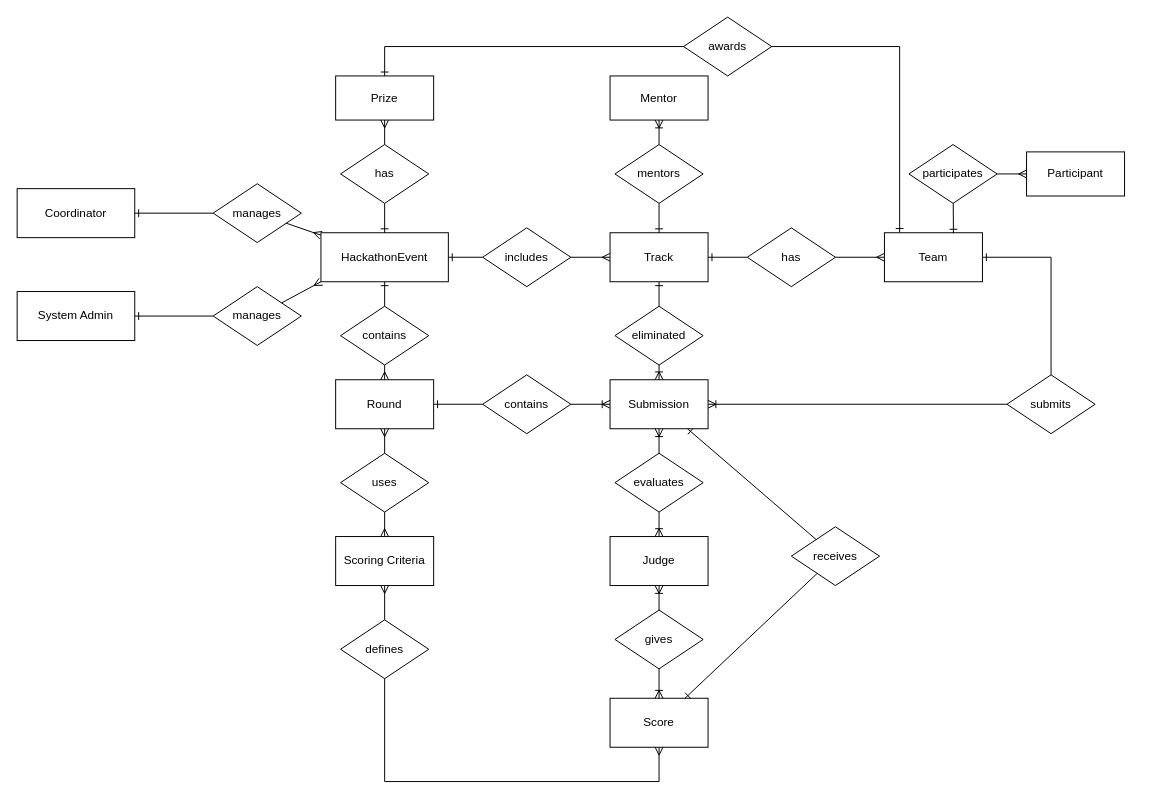
Before: docs/srs-materials/draw io files/SEAL_Conceptual_Model.drawio in nhatnhm1405/seal-hackathon-system, a draw.io diagram. Source tidied: cells renumbered, new cells numbered last; positions are measured from the earlier drawing's top-left corner, leaving out a move shared by most shapes. Both pictures are drawn from the tidied source at 98%, with x=0, y=0 at pixel (17, 17).
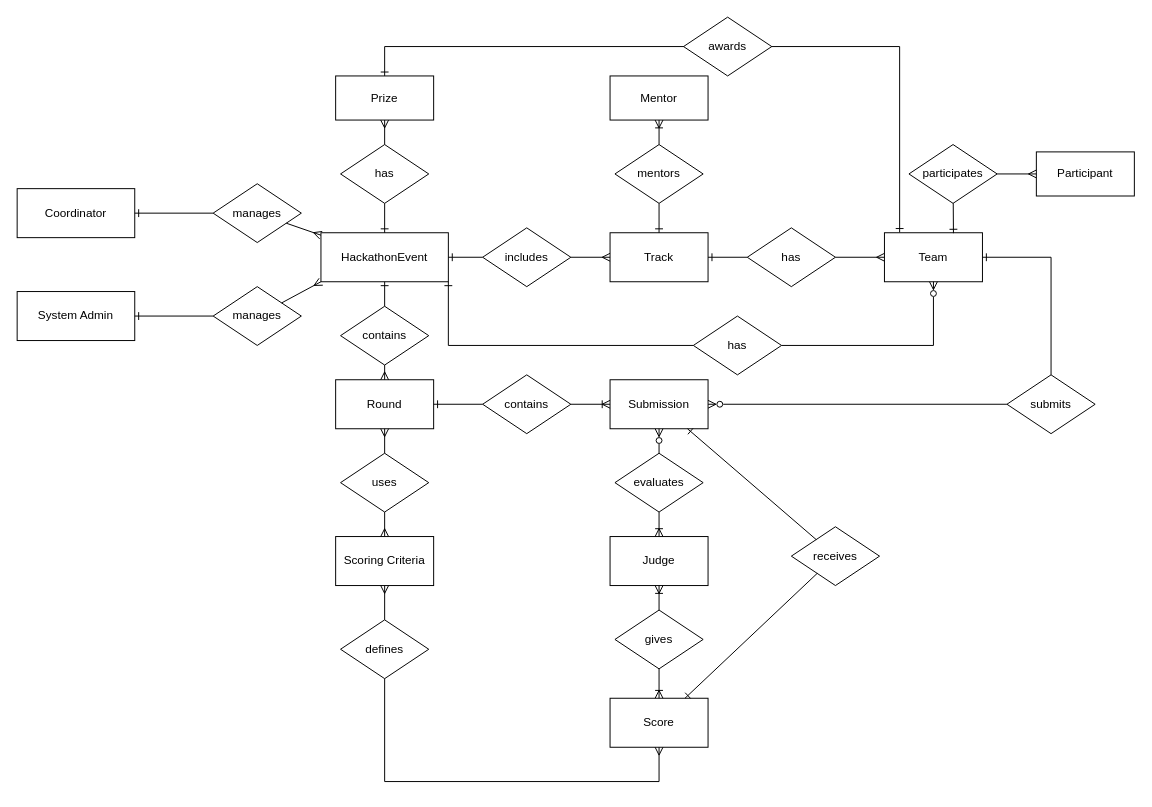
The same diagram, later.

Commit message:
docs(model): update conceptual domain model

Unchanged cells that the change refers to:
```xml
<mxCell id="3" value="HackathonEvent" style="whiteSpace=wrap;html=1;align=center;verticalAlign=middle;rounded=0;strokeColor=#000000;fillColor=#ffffff;fontSize=12;" parent="1" vertex="1">
  <mxGeometry x="310" y="220" width="130" height="50" as="geometry" />
</mxCell>
<mxCell id="9" value="Track" style="whiteSpace=wrap;html=1;align=center;verticalAlign=middle;rounded=0;strokeColor=#000000;fillColor=#ffffff;fontSize=12;" parent="1" vertex="1">
  <mxGeometry x="605" y="220" width="100" height="50" as="geometry" />
</mxCell>
<mxCell id="10" value="Submission" style="whiteSpace=wrap;html=1;align=center;verticalAlign=middle;rounded=0;strokeColor=#000000;fillColor=#ffffff;fontSize=12;" parent="1" vertex="1">
  <mxGeometry x="605" y="370" width="100" height="50" as="geometry" />
</mxCell>
<mxCell id="14" value="Team" style="whiteSpace=wrap;html=1;align=center;verticalAlign=middle;rounded=0;strokeColor=#000000;fillColor=#ffffff;fontSize=12;" parent="1" vertex="1">
  <mxGeometry x="885" y="220" width="100" height="50" as="geometry" />
</mxCell>
<mxCell id="26" value="submits" style="shape=rhombus;perimeter=rhombusPerimeter;whiteSpace=wrap;html=1;align=center;verticalAlign=middle;strokeColor=#000000;fillColor=#ffffff;fontSize=12;" parent="1" vertex="1">
  <mxGeometry x="1010" y="365" width="90" height="60" as="geometry" />
</mxCell>
<mxCell id="27" value="evaluates" style="shape=rhombus;perimeter=rhombusPerimeter;whiteSpace=wrap;html=1;align=center;verticalAlign=middle;strokeColor=#000000;fillColor=#ffffff;fontSize=12;" parent="1" vertex="1">
  <mxGeometry x="610" y="445" width="90" height="60" as="geometry" />
</mxCell>
```

Diff of the diagram source:
```diff
@@
     <mxCell id="13" value="Participant" style="whiteSpace=wrap;html=1;align=center;verticalAlign=middle;rounded=0;strokeColor=#000000;fillColor=#ffffff;fontSize=12;" parent="1" vertex="1">
-      <mxGeometry x="1030" y="137.5" width="100" height="45" as="geometry" />
+      <mxGeometry x="1040" y="137.5" width="100" height="45" as="geometry" />
     </mxCell>
@@
-    <mxCell id="24" value="eliminated" style="shape=rhombus;perimeter=rhombusPerimeter;whiteSpace=wrap;html=1;align=center;verticalAlign=middle;strokeColor=#000000;fillColor=#ffffff;fontSize=12;" parent="1" vertex="1">
-      <mxGeometry x="610" y="295" width="90" height="60" as="geometry" />
-    </mxCell>
@@
-    <mxCell id="48" style="endArrow=none;html=1;rounded=0;strokeColor=#000000;startArrow=ERone;startFill=0;" parent="1" edge="1" source="9" target="24">
-      <mxGeometry relative="1" as="geometry" />
-    </mxCell>
-    <mxCell id="49" style="endArrow=ERoneToMany;html=1;rounded=0;strokeColor=#000000;endFill=0;" parent="1" edge="1" source="24" target="10">
-      <mxGeometry relative="1" as="geometry" />
-    </mxCell>
@@
-    <mxCell id="53" style="endArrow=ERoneToMany;html=1;rounded=0;strokeColor=#000000;endFill=0;" parent="1" edge="1" source="26" target="10">
+    <mxCell id="53" style="endArrow=ERzeroToMany;html=1;rounded=0;strokeColor=#000000;endFill=0;" parent="1" edge="1" source="26" target="10">
       <mxGeometry relative="1" as="geometry" />
     </mxCell>
-    <mxCell id="54" style="endArrow=none;html=1;rounded=0;strokeColor=#000000;startArrow=ERoneToMany;startFill=0;" parent="1" edge="1" source="10" target="27">
+    <mxCell id="54" style="endArrow=none;html=1;rounded=0;strokeColor=#000000;startArrow=ERzeroToMany;startFill=0;" parent="1" edge="1" source="10" target="27">
       <mxGeometry relative="1" as="geometry" />
     </mxCell>
@@
+    <mxCell id="65" value="has" style="shape=rhombus;perimeter=rhombusPerimeter;whiteSpace=wrap;html=1;align=center;verticalAlign=middle;strokeColor=#000000;fillColor=#ffffff;fontSize=12;" parent="1" vertex="1">
+      <mxGeometry x="690" y="305" width="90" height="60" as="geometry" />
+    </mxCell>
+    <mxCell id="66" style="edgeStyle=orthogonalEdgeStyle;rounded=0;jettySize=auto;html=1;endArrow=none;strokeColor=#000000;startArrow=ERzeroToMany;startFill=0;exitX=0.5;exitY=1;exitDx=0;exitDy=0;" parent="1" edge="1" source="14" target="65">
+      <mxGeometry relative="1" as="geometry">
+        <Array as="points">
+          <mxPoint x="935" y="335" />
+        </Array>
+      </mxGeometry>
+    </mxCell>
+    <mxCell id="67" style="endArrow=ERone;html=1;rounded=0;strokeColor=#000000;endFill=0;entryX=1;entryY=1;entryDx=0;entryDy=0;exitX=0;exitY=0.5;exitDx=0;exitDy=0;" parent="1" edge="1" source="65" target="3">
+      <mxGeometry relative="1" as="geometry">
+        <Array as="points">
+          <mxPoint x="440" y="335" />
+        </Array>
+      </mxGeometry>
+    </mxCell>
```
